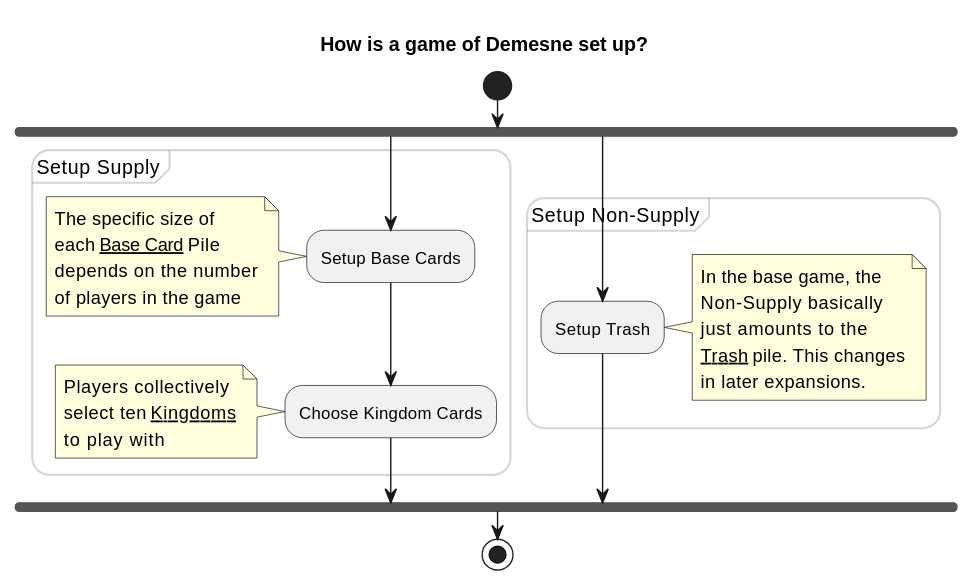
This is diagrams/setup-activity.svg from qwwqe/demesne, a PlantUML export, as it was before one commit.
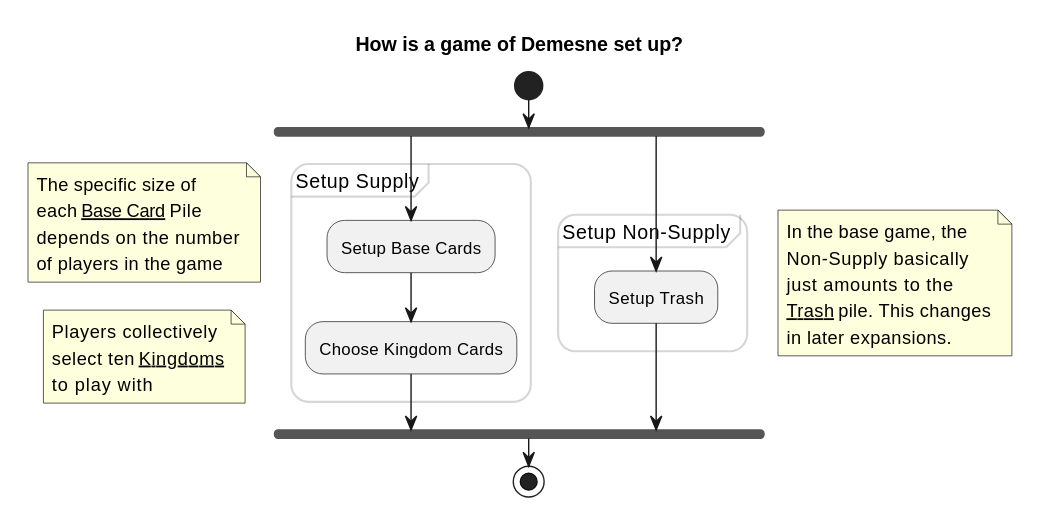
The same diagram one commit later.

Commit message:
Float notes

The edit, as a diff of the source:
```diff
@@ -15,35 +15,25 @@
 
 partition "Setup Supply" {
   :Setup Base Cards;
-  note left
-    The specific size of
-    each [[base-card-class.puml {Base Cards} Base Card]] Pile
-    depends on the number
-    of players in the game
-  end note
 
   :Choose Kingdom Cards;
-  note left
-    Players collectively
-    select ten [[kingdom-card-class.puml {Kingdom Cards} Kingdoms]]
-    to play with
-  end note
 }
 
 fork again
 
 partition "Setup Non-Supply" {
   :Setup Trash;
-  note right
-    In the base game, the
-    Non-Supply basically
-    just amounts to the
-    [[trash-pile-class.puml {Trash} Trash]] pile. This changes
-    in later expansions.
-  end note
 }
 
 end fork
 
+floating note left: The specific size of\neach [[base-card-class.puml {Base Cards} Base Card]] Pile\ndepends on the number\nof players in the game
+
+floating note left: Players collectively\nselect ten [[kingdom-card-class.puml {Kingdom Cards} Kingdoms]]\nto play with
+
+
+
+floating note right: In the base game, the\nNon-Supply basically\njust amounts to the\n[[trash-pile-class.puml {Trash} Trash]] pile. This changes\nin later expansions.
+
 stop
 @enduml
```
